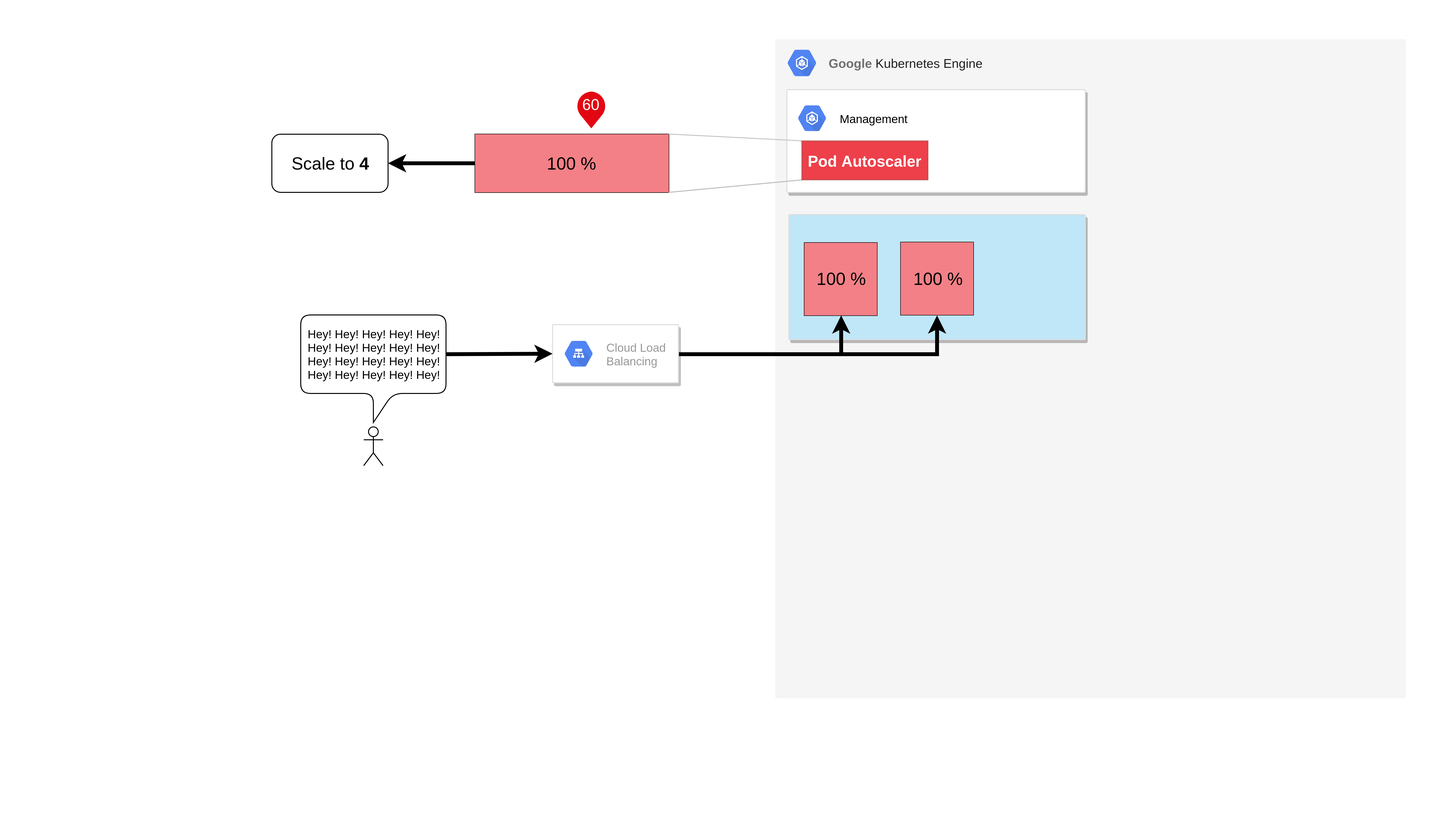
Above: images/k8s-scaling-scale2.png in bastiandg/scaling-in-the-cloud (draw.io), before the change. Source tidied: cells renumbered, new cells last; positions are measured from the earlier drawing's top-left corner, leaving out a move shared by most shapes.
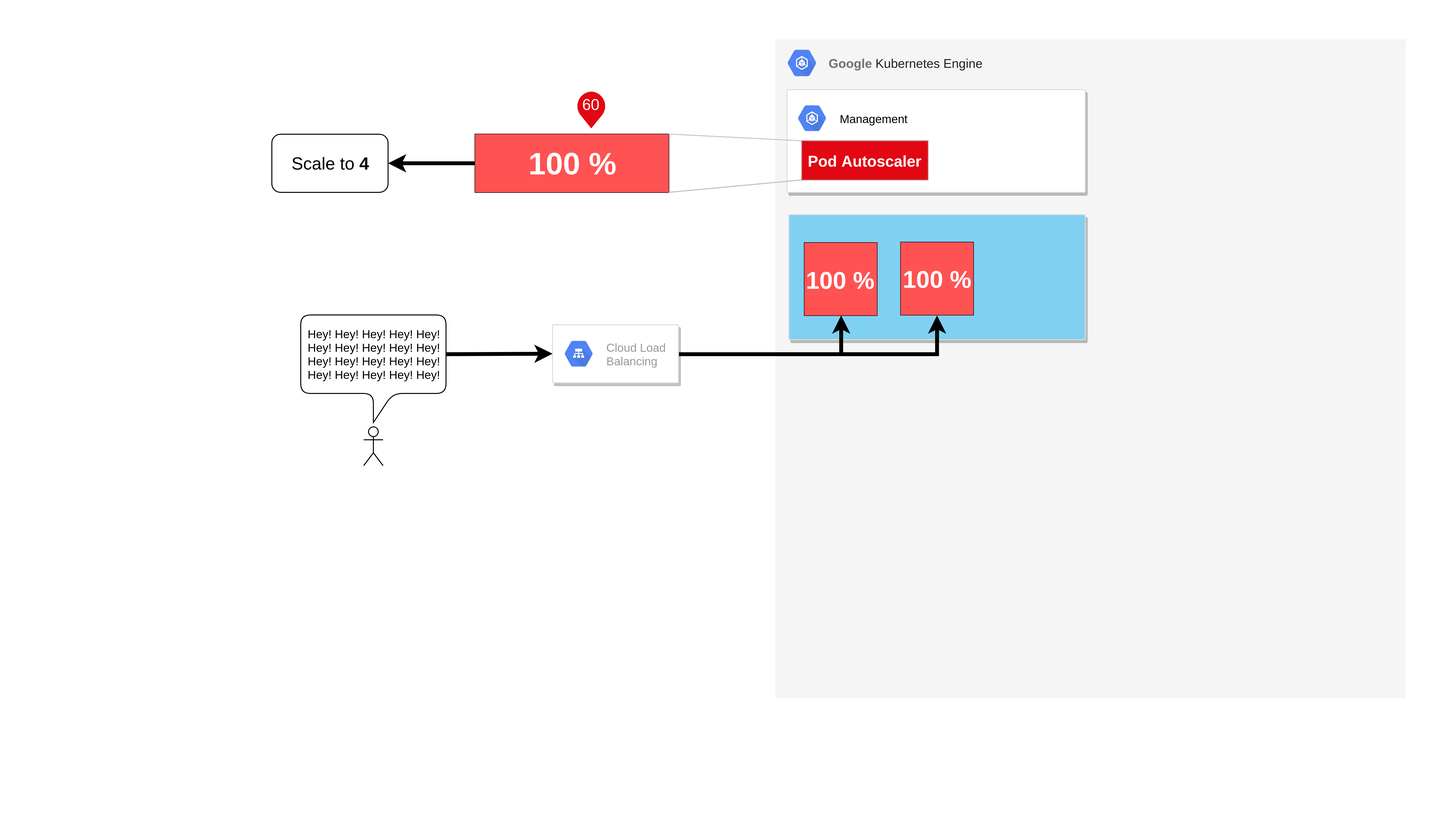
The same diagram one commit later.

What changed in the source:
```diff
@@ -14,13 +14,13 @@
     <mxCell id="5" value="&lt;b style=&quot;font-size: 13px ; text-align: left ; color: rgb(113 , 113 , 113) ; white-space: nowrap&quot;&gt;Google&amp;nbsp;&lt;/b&gt;&lt;span style=&quot;font-size: 13px ; text-align: left ; color: rgb(33 , 33 , 33) ; font-family: &amp;#34;roboto&amp;#34; , sans-serif&quot;&gt;Kubernetes Engine&lt;/span&gt;" style="text;html=1;strokeColor=none;fillColor=none;align=center;verticalAlign=middle;whiteSpace=wrap;rounded=0;" parent="1" vertex="1">
       <mxGeometry x="844" y="54.5" width="180" height="20" as="geometry" />
     </mxCell>
-    <mxCell id="6" style="strokeColor=#dddddd;fillColor=#BFE7F8;shadow=1;strokeWidth=1;rounded=1;absoluteArcSize=1;arcSize=2;verticalAlign=top;" parent="1" vertex="1">
+    <mxCell id="6" style="strokeColor=#dddddd;fillColor=#80D0F2;shadow=1;strokeWidth=1;rounded=1;absoluteArcSize=1;arcSize=2;verticalAlign=top;fontColor=#009FE3;" parent="1" vertex="1">
       <mxGeometry x="814" y="221" width="306" height="129" as="geometry" />
     </mxCell>
     <mxCell id="7" style="edgeStyle=orthogonalEdgeStyle;rounded=0;jettySize=auto;html=1;entryX=0.5;entryY=1;entryDx=0;entryDy=0;fontSize=18;strokeWidth=4;" parent="1" edge="1" source="9" target="14">
       <mxGeometry relative="1" as="geometry" />
     </mxCell>
-    <mxCell id="8" style="edgeStyle=orthogonalEdgeStyle;rounded=0;jettySize=auto;html=1;entryX=0.5;entryY=1;entryDx=0;entryDy=0;strokeColor=#000000;strokeWidth=4;fontSize=18;" parent="1" edge="1" source="9" target="20">
+    <mxCell id="8" style="edgeStyle=orthogonalEdgeStyle;rounded=0;jettySize=auto;html=1;entryX=0.5;entryY=1;entryDx=0;entryDy=0;strokeColor=#000000;strokeWidth=4;fontSize=18;" parent="1" edge="1" source="9" target="19">
       <mxGeometry relative="1" as="geometry" />
     </mxCell>
     <mxCell id="9" style="strokeColor=#dddddd;fillColor=#ffffff;shadow=1;strokeWidth=1;rounded=1;absoluteArcSize=1;arcSize=2;" parent="1" vertex="1">
@@ -45,60 +45,53 @@
     <mxCell id="14" style="rounded=0;whiteSpace=wrap;html=1;" parent="1" vertex="1">
       <mxGeometry x="830" y="250" width="75" height="75" as="geometry" />
     </mxCell>
-    <mxCell id="15" style="rounded=0;whiteSpace=wrap;html=1;fillColor=#F38086;strokeColor=none;fontColor=#ffffff;" parent="1" vertex="1">
+    <mxCell id="15" value="&lt;span style=&quot;font-size: 25px; white-space: normal;&quot;&gt;100 %&lt;/span&gt;" style="rounded=0;whiteSpace=wrap;html=1;fillColor=#FF5252;strokeColor=none;fontColor=#FFFFFF;fontStyle=1;" parent="1" vertex="1">
       <mxGeometry x="830" y="250" width="75" height="75" as="geometry" />
     </mxCell>
-    <mxCell id="16" value="100 %" style="text;html=1;strokeColor=none;fillColor=none;align=center;verticalAlign=middle;whiteSpace=wrap;rounded=0;fontSize=18;" parent="1" vertex="1">
-      <mxGeometry x="830" y="277.5" width="75" height="20" as="geometry" />
+    <mxCell id="16" style="shape=umlActor;verticalLabelPosition=bottom;labelBackgroundColor=#ffffff;verticalAlign=top;html=1;shadow=0;fillColor=#ffffff;" parent="1" vertex="1">
+      <mxGeometry x="375" y="440" width="20" height="40" as="geometry" />
     </mxCell>
-    <mxCell id="17" style="shape=umlActor;verticalLabelPosition=bottom;labelBackgroundColor=#ffffff;verticalAlign=top;html=1;shadow=0;fillColor=#ffffff;" parent="1" vertex="1">
-      <mxGeometry x="375" y="440" width="20" height="40" as="geometry" />
+    <mxCell id="17" style="edgeStyle=none;rounded=0;jettySize=auto;html=1;entryX=0;entryY=0.5;entryDx=0;entryDy=0;endArrow=classic;endFill=1;strokeWidth=4;exitX=0;exitY=0;exitDx=150;exitDy=40.5;exitPerimeter=0;" parent="1" edge="1" source="18" target="9">
+      <mxGeometry relative="1" as="geometry" />
     </mxCell>
-    <mxCell id="18" style="edgeStyle=none;rounded=0;jettySize=auto;html=1;entryX=0;entryY=0.5;entryDx=0;entryDy=0;endArrow=classic;endFill=1;strokeWidth=4;exitX=0;exitY=0;exitDx=150;exitDy=40.5;exitPerimeter=0;" parent="1" edge="1" source="19" target="9">
-      <mxGeometry relative="1" as="geometry" />
+    <mxCell id="18" value="Hey! Hey! Hey! Hey! Hey!&lt;br&gt;Hey! Hey! Hey! Hey! Hey!&lt;br&gt;Hey! Hey! Hey! Hey! Hey!&lt;br&gt;Hey! Hey! Hey! Hey! Hey!" style="shape=callout;whiteSpace=wrap;html=1;perimeter=calloutPerimeter;rounded=1;shadow=0;fillColor=#ffffff;" parent="1" vertex="1">
+      <mxGeometry x="310" y="324.5" width="150" height="111" as="geometry" />
     </mxCell>
-    <mxCell id="19" value="Hey! Hey! Hey! Hey! Hey!&lt;br&gt;Hey! Hey! Hey! Hey! Hey!&lt;br&gt;Hey! Hey! Hey! Hey! Hey!&lt;br&gt;Hey! Hey! Hey! Hey! Hey!" style="shape=callout;whiteSpace=wrap;html=1;perimeter=calloutPerimeter;rounded=1;shadow=0;fillColor=#ffffff;" parent="1" vertex="1">
-      <mxGeometry x="310" y="324.5" width="150" height="111" as="geometry" />
+    <mxCell id="19" style="rounded=0;whiteSpace=wrap;html=1;" parent="1" vertex="1">
+      <mxGeometry x="929.5" y="249.5" width="75" height="75" as="geometry" />
     </mxCell>
-    <mxCell id="20" style="rounded=0;whiteSpace=wrap;html=1;" parent="1" vertex="1">
+    <mxCell id="20" value="&lt;span style=&quot;font-size: 25px; white-space: normal;&quot;&gt;100 %&lt;/span&gt;" style="rounded=0;whiteSpace=wrap;html=1;fillColor=#FF5252;strokeColor=none;fontColor=#FFFFFF;fontStyle=1;" parent="1" vertex="1">
       <mxGeometry x="929.5" y="249.5" width="75" height="75" as="geometry" />
     </mxCell>
-    <mxCell id="21" style="rounded=0;whiteSpace=wrap;html=1;fillColor=#F38086;strokeColor=none;fontColor=#ffffff;" parent="1" vertex="1">
-      <mxGeometry x="929.5" y="249.5" width="75" height="75" as="geometry" />
+    <mxCell id="21" style="rounded=0;whiteSpace=wrap;html=1;fillColor=#ffffff;fontSize=18;" parent="1" vertex="1">
+      <mxGeometry x="490" y="138" width="200" height="60" as="geometry" />
     </mxCell>
-    <mxCell id="22" value="100 %" style="text;html=1;strokeColor=none;fillColor=none;align=center;verticalAlign=middle;whiteSpace=wrap;rounded=0;fontSize=18;" parent="1" vertex="1">
-      <mxGeometry x="929.5" y="277" width="75" height="20" as="geometry" />
+    <mxCell id="22" style="endArrow=none;html=1;fontSize=18;exitX=1;exitY=-0.003;exitDx=0;exitDy=0;exitPerimeter=0;entryX=0;entryY=-0.005;entryDx=0;entryDy=0;entryPerimeter=0;fillColor=#f5f5f5;strokeColor=#C7C7C7;" parent="1" edge="1" source="21">
+      <mxGeometry relative="1" as="geometry">
+        <mxPoint x="827.5" y="144.8" as="targetPoint" />
+      </mxGeometry>
     </mxCell>
-    <mxCell id="23" style="rounded=0;whiteSpace=wrap;html=1;fillColor=#ffffff;fontSize=18;" parent="1" vertex="1">
-      <mxGeometry x="490" y="138" width="200" height="60" as="geometry" />
+    <mxCell id="23" style="endArrow=none;html=1;fontSize=18;exitX=0.999;exitY=1;exitDx=0;exitDy=0;exitPerimeter=0;entryX=0.002;entryY=1.003;entryDx=0;entryDy=0;entryPerimeter=0;strokeColor=#BDBDBD;" parent="1" edge="1" source="21">
+      <mxGeometry relative="1" as="geometry">
+        <mxPoint x="827.8" y="185.1" as="targetPoint" />
+      </mxGeometry>
     </mxCell>
-    <mxCell id="24" style="endArrow=none;html=1;fontSize=18;exitX=1;exitY=-0.003;exitDx=0;exitDy=0;exitPerimeter=0;entryX=0;entryY=-0.005;entryDx=0;entryDy=0;entryPerimeter=0;fillColor=#f5f5f5;strokeColor=#C7C7C7;" parent="1" edge="1" source="23">
-      <mxGeometry relative="1" as="geometry">
-        <mxPoint x="827.5" y="144.8" as="targetPoint" />
-      </mxGeometry>
+    <mxCell id="24" value="&lt;span style=&quot;font-size: 32px; white-space: normal;&quot;&gt;100 %&lt;/span&gt;" style="rounded=0;whiteSpace=wrap;html=1;fillColor=#FF5252;strokeColor=none;fontColor=#FFFFFF;fontStyle=1;" parent="1" vertex="1">
+      <mxGeometry x="490" y="138" width="200" height="60" as="geometry" />
     </mxCell>
-    <mxCell id="25" style="endArrow=none;html=1;fontSize=18;exitX=0.999;exitY=1;exitDx=0;exitDy=0;exitPerimeter=0;entryX=0.002;entryY=1.003;entryDx=0;entryDy=0;entryPerimeter=0;strokeColor=#BDBDBD;" parent="1" edge="1" source="23">
-      <mxGeometry relative="1" as="geometry">
-        <mxPoint x="827.8" y="185.1" as="targetPoint" />
-      </mxGeometry>
+    <mxCell id="25" value="Scale to &lt;b&gt;4&lt;/b&gt;" style="rounded=1;whiteSpace=wrap;html=1;fillColor=#ffffff;fontSize=18;" parent="1" vertex="1">
+      <mxGeometry x="280.2" y="138" width="120" height="60" as="geometry" />
     </mxCell>
-    <mxCell id="26" style="rounded=0;whiteSpace=wrap;html=1;fillColor=#F38086;strokeColor=none;fontColor=#ffffff;" parent="1" vertex="1">
-      <mxGeometry x="490" y="138" width="200" height="60" as="geometry" />
+    <mxCell id="26" style="endArrow=classic;html=1;strokeColor=#000000;exitX=0;exitY=0.5;exitDx=0;exitDy=0;strokeWidth=4;entryX=1;entryY=0.5;entryDx=0;entryDy=0;" parent="1" edge="1" target="25">
+      <mxGeometry relative="1" as="geometry">
+        <mxPoint x="490" y="168" as="sourcePoint" />
+      </mxGeometry>
     </mxCell>
-    <mxCell id="27" value="100 %" style="text;html=1;strokeColor=none;fillColor=none;align=center;verticalAlign=middle;whiteSpace=wrap;rounded=0;fontSize=18;" parent="1" vertex="1">
-      <mxGeometry x="490" y="158" width="200" height="20" as="geometry" />
+    <mxCell id="27" value="Pod Autoscaler" style="rounded=0;html=1;fillColor=#E30613;strokeColor=#b85450;fontColor=#FFFFFF;fontFamily=Arial;fontSize=16;fontStyle=1;" parent="1" vertex="1">
+      <mxGeometry x="827.5" y="145" width="130" height="40" as="geometry" />
     </mxCell>
-    <mxCell id="28" value="Scale to &lt;b&gt;4&lt;/b&gt;" style="rounded=1;whiteSpace=wrap;html=1;fillColor=#ffffff;fontSize=18;" parent="1" vertex="1">
-      <mxGeometry x="280.2" y="138" width="120" height="60" as="geometry" />
+    <mxCell id="28" style="rounded=0;whiteSpace=wrap;html=1;fillColor=none;perimeter=none;backgroundOutline=1;strokeColor=none;" parent="1" vertex="1">
+      <mxGeometry width="1493" height="840" as="geometry" />
     </mxCell>
-    <mxCell id="29" style="endArrow=classic;html=1;strokeColor=#000000;exitX=0;exitY=0.5;exitDx=0;exitDy=0;strokeWidth=4;entryX=1;entryY=0.5;entryDx=0;entryDy=0;" parent="1" edge="1" source="27" target="28">
-      <mxGeometry relative="1" as="geometry" />
-    </mxCell>
-    <mxCell id="30" value="Pod Autoscaler" style="rounded=0;html=1;fillColor=#ED404A;strokeColor=#b85450;fontColor=#FFFFFF;fontFamily=Arial;fontSize=16;fontStyle=1;" parent="1" vertex="1">
-      <mxGeometry x="827.5" y="145" width="130" height="40" as="geometry" />
-    </mxCell>
-    <mxCell id="31" style="rounded=0;whiteSpace=wrap;html=1;fillColor=none;perimeter=none;backgroundOutline=1;strokeColor=none;" parent="1" vertex="1">
-      <mxGeometry width="1493" height="840" as="geometry" />
-    </mxCell>
   </root>
 </mxGraphModel>
```
